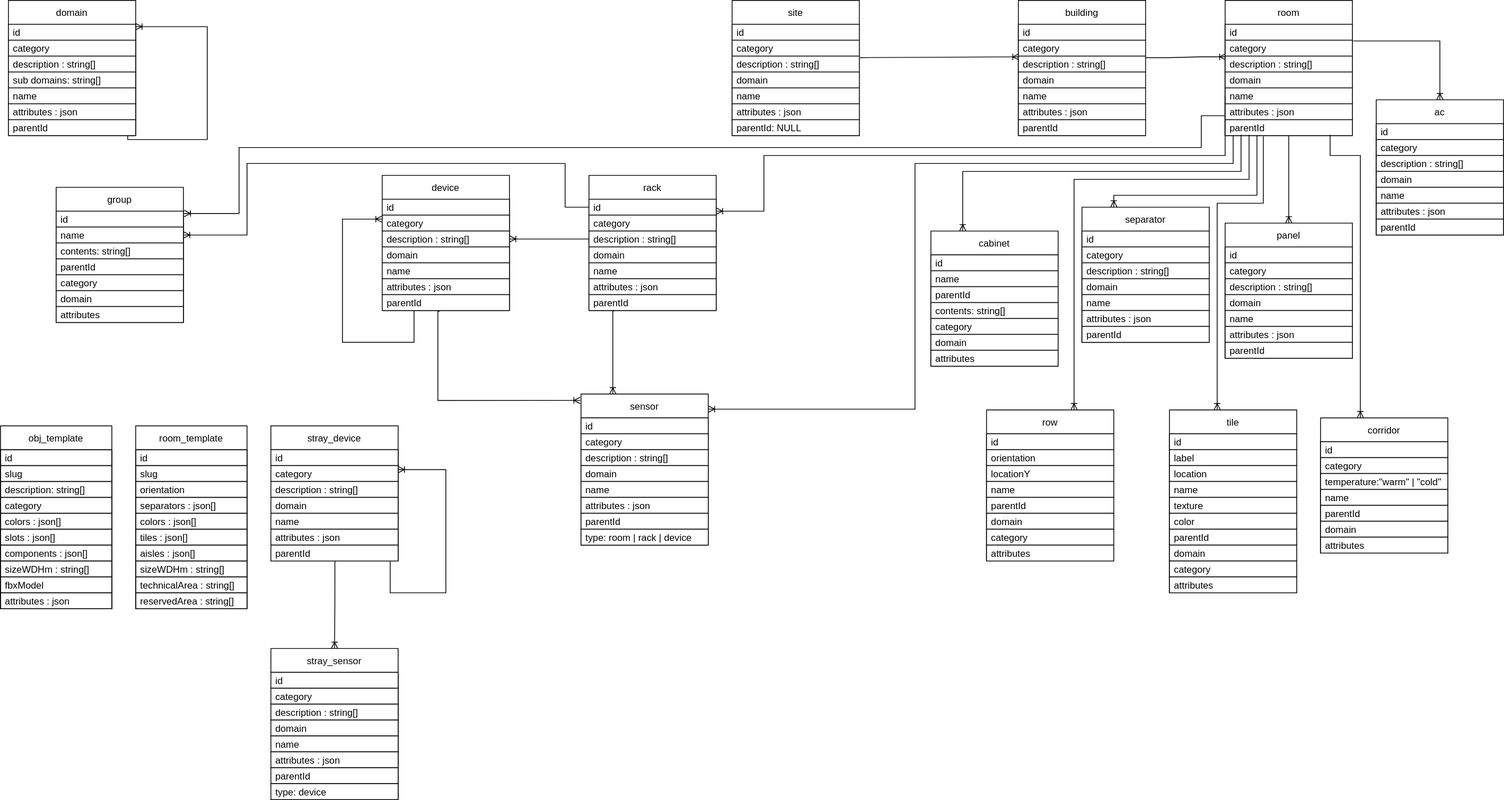
The draw.io diagram resources/diagrams/DB_Diagram.svg in ditrit/OGrEE-Core, before a commit. Source tidied: cells renumbered, new cells last; positions are measured from the earlier drawing's top-left corner, leaving out a move shared by most shapes.
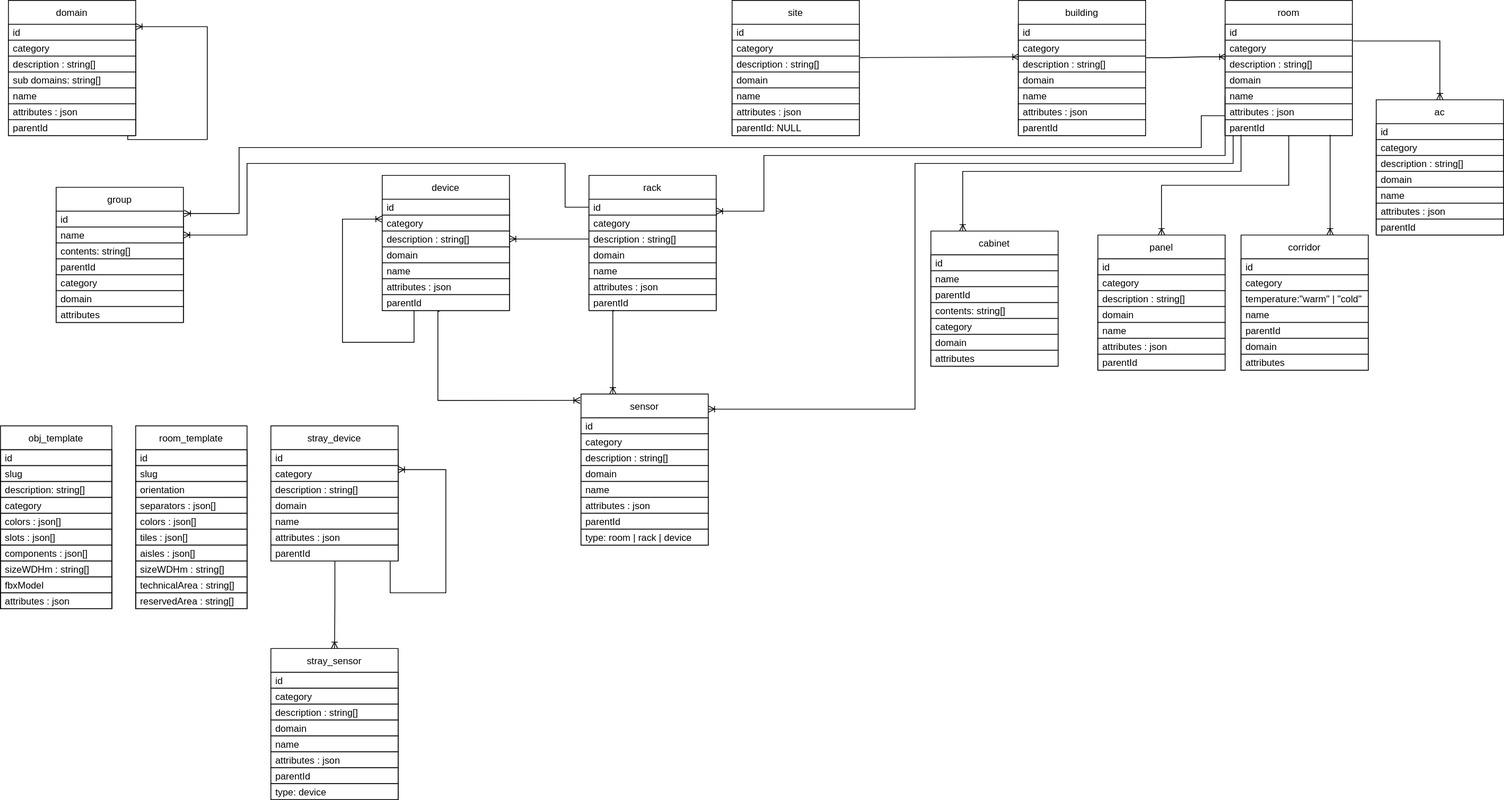
After the commit.

Commit message:
Removed Tiles,Rows, and Separators from Diagrams

Change to the diagram source:
```diff
@@ -335,35 +335,8 @@
     <mxCell id="100" value="parentId" style="text;strokeColor=default;fillColor=default;align=left;verticalAlign=middle;spacingLeft=4;spacingRight=4;overflow=hidden;fontColor=default;" parent="92" vertex="1">
       <mxGeometry y="150" width="160" height="20" as="geometry" />
     </mxCell>
-    <mxCell id="101" value="separator" style="swimlane;fontStyle=0;horizontal=1;startSize=30;fillColor=default;strokeColor=default;fontColor=default;" parent="1" vertex="1">
-      <mxGeometry x="1360" y="260" width="160" height="170" as="geometry" />
-    </mxCell>
-    <mxCell id="102" value="id" style="text;strokeColor=default;fillColor=default;align=left;verticalAlign=middle;spacingLeft=4;spacingRight=4;overflow=hidden;fontColor=default;" parent="101" vertex="1">
-      <mxGeometry y="30" width="160" height="20" as="geometry" />
-    </mxCell>
-    <mxCell id="103" value="category" style="text;strokeColor=default;fillColor=default;align=left;verticalAlign=middle;spacingLeft=4;spacingRight=4;overflow=hidden;fontColor=default;" parent="101" vertex="1">
-      <mxGeometry y="50" width="160" height="20" as="geometry" />
-    </mxCell>
-    <mxCell id="104" value="description : string[]" style="text;strokeColor=default;fillColor=default;align=left;verticalAlign=middle;spacingLeft=4;spacingRight=4;overflow=hidden;fontColor=default;" parent="101" vertex="1">
-      <mxGeometry y="70" width="160" height="20" as="geometry" />
-    </mxCell>
-    <mxCell id="105" value="domain" style="text;strokeColor=default;fillColor=default;align=left;verticalAlign=middle;spacingLeft=4;spacingRight=4;overflow=hidden;fontColor=default;" parent="101" vertex="1">
-      <mxGeometry y="90" width="160" height="20" as="geometry" />
-    </mxCell>
-    <mxCell id="106" value="name" style="text;strokeColor=default;fillColor=default;align=left;verticalAlign=middle;spacingLeft=4;spacingRight=4;overflow=hidden;fontColor=default;" parent="101" vertex="1">
-      <mxGeometry y="110" width="160" height="20" as="geometry" />
-    </mxCell>
-    <mxCell id="107" value="attributes : json" style="text;strokeColor=default;fillColor=default;align=left;verticalAlign=middle;spacingLeft=4;spacingRight=4;overflow=hidden;fontColor=default;" parent="101" vertex="1">
-      <mxGeometry y="130" width="160" height="20" as="geometry" />
-    </mxCell>
-    <mxCell id="108" style="text;strokeColor=default;fillColor=default;align=left;verticalAlign=middle;spacingLeft=4;spacingRight=4;overflow=hidden;fontColor=default;" parent="101" vertex="1">
-      <mxGeometry y="150" width="160" as="geometry" />
-    </mxCell>
-    <mxCell id="109" value="parentId" style="text;strokeColor=default;fillColor=default;align=left;verticalAlign=middle;spacingLeft=4;spacingRight=4;overflow=hidden;fontColor=default;" parent="101" vertex="1">
-      <mxGeometry y="150" width="160" height="20" as="geometry" />
-    </mxCell>
     <mxCell id="110" value="corridor" style="swimlane;fontStyle=0;horizontal=1;startSize=30;fillColor=default;strokeColor=default;fontColor=default;" parent="1" vertex="1">
-      <mxGeometry x="1660" y="525" width="160" height="170" as="geometry" />
+      <mxGeometry x="1560" y="295" width="160" height="170" as="geometry" />
     </mxCell>
     <mxCell id="111" value="id" style="text;strokeColor=default;fillColor=default;align=left;verticalAlign=middle;spacingLeft=4;spacingRight=4;overflow=hidden;fontColor=default;" parent="110" vertex="1">
       <mxGeometry y="30" width="160" height="20" as="geometry" />
@@ -422,39 +395,6 @@
     <mxCell id="129" value="attributes" style="text;strokeColor=default;fillColor=default;align=left;verticalAlign=middle;spacingLeft=4;spacingRight=4;overflow=hidden;fontColor=default;" parent="120" vertex="1">
       <mxGeometry y="150" width="160" height="20" as="geometry" />
     </mxCell>
-    <mxCell id="130" value="row" style="swimlane;fontStyle=0;horizontal=1;startSize=30;fillColor=default;strokeColor=default;fontColor=default;" parent="1" vertex="1">
-      <mxGeometry x="1240" y="515" width="160" height="190" as="geometry" />
-    </mxCell>
-    <mxCell id="131" value="id" style="text;strokeColor=default;fillColor=default;align=left;verticalAlign=middle;spacingLeft=4;spacingRight=4;overflow=hidden;fontColor=default;" parent="130" vertex="1">
-      <mxGeometry y="30" width="160" height="20" as="geometry" />
-    </mxCell>
-    <mxCell id="132" value="orientation" style="text;strokeColor=default;fillColor=default;align=left;verticalAlign=middle;spacingLeft=4;spacingRight=4;overflow=hidden;fontColor=default;" parent="130" vertex="1">
-      <mxGeometry y="50" width="160" height="20" as="geometry" />
-    </mxCell>
-    <mxCell id="133" value="locationY" style="text;strokeColor=default;fillColor=default;align=left;verticalAlign=middle;spacingLeft=4;spacingRight=4;overflow=hidden;fontColor=default;" parent="130" vertex="1">
-      <mxGeometry y="70" width="160" height="20" as="geometry" />
-    </mxCell>
-    <mxCell id="134" value="name" style="text;strokeColor=default;fillColor=default;align=left;verticalAlign=middle;spacingLeft=4;spacingRight=4;overflow=hidden;fontColor=default;" parent="130" vertex="1">
-      <mxGeometry y="90" width="160" height="20" as="geometry" />
-    </mxCell>
-    <mxCell id="135" value="parentId" style="text;strokeColor=default;fillColor=default;align=left;verticalAlign=middle;spacingLeft=4;spacingRight=4;overflow=hidden;fontColor=default;" parent="130" vertex="1">
-      <mxGeometry y="110" width="160" height="20" as="geometry" />
-    </mxCell>
-    <mxCell id="136" style="text;strokeColor=default;fillColor=default;align=left;verticalAlign=middle;spacingLeft=4;spacingRight=4;overflow=hidden;fontColor=default;" parent="130" vertex="1">
-      <mxGeometry y="130" width="160" as="geometry" />
-    </mxCell>
-    <mxCell id="137" style="text;strokeColor=default;fillColor=default;align=left;verticalAlign=middle;spacingLeft=4;spacingRight=4;overflow=hidden;fontColor=default;" parent="130" vertex="1">
-      <mxGeometry y="130" width="160" as="geometry" />
-    </mxCell>
-    <mxCell id="138" value="domain" style="text;strokeColor=default;fillColor=default;align=left;verticalAlign=middle;spacingLeft=4;spacingRight=4;overflow=hidden;fontColor=default;" parent="130" vertex="1">
-      <mxGeometry y="130" width="160" height="20" as="geometry" />
-    </mxCell>
-    <mxCell id="139" value="category" style="text;strokeColor=default;fillColor=default;align=left;verticalAlign=middle;spacingLeft=4;spacingRight=4;overflow=hidden;fontColor=default;" parent="130" vertex="1">
-      <mxGeometry y="150" width="160" height="20" as="geometry" />
-    </mxCell>
-    <mxCell id="140" value="attributes" style="text;strokeColor=default;fillColor=default;align=left;verticalAlign=middle;spacingLeft=4;spacingRight=4;overflow=hidden;fontColor=default;" parent="130" vertex="1">
-      <mxGeometry y="170" width="160" height="20" as="geometry" />
-    </mxCell>
     <mxCell id="141" value="cabinet" style="swimlane;fontStyle=0;horizontal=1;startSize=30;fillColor=default;strokeColor=default;fontColor=default;" parent="1" vertex="1">
       <mxGeometry x="1170" y="290" width="160" height="170" as="geometry" />
     </mxCell>
@@ -485,47 +425,8 @@
     <mxCell id="150" value="attributes" style="text;strokeColor=default;fillColor=default;align=left;verticalAlign=middle;spacingLeft=4;spacingRight=4;overflow=hidden;fontColor=default;" parent="141" vertex="1">
       <mxGeometry y="150" width="160" height="20" as="geometry" />
     </mxCell>
-    <mxCell id="151" value="tile" style="swimlane;fontStyle=0;horizontal=1;startSize=30;fillColor=default;strokeColor=default;fontColor=default;" parent="1" vertex="1">
-      <mxGeometry x="1470" y="515" width="160" height="230" as="geometry" />
-    </mxCell>
-    <mxCell id="152" value="id" style="text;strokeColor=default;fillColor=default;align=left;verticalAlign=middle;spacingLeft=4;spacingRight=4;overflow=hidden;fontColor=default;" parent="151" vertex="1">
-      <mxGeometry y="30" width="160" height="20" as="geometry" />
-    </mxCell>
-    <mxCell id="153" value="label" style="text;strokeColor=default;fillColor=default;align=left;verticalAlign=middle;spacingLeft=4;spacingRight=4;overflow=hidden;fontColor=default;" parent="151" vertex="1">
-      <mxGeometry y="50" width="160" height="20" as="geometry" />
-    </mxCell>
-    <mxCell id="154" value="location" style="text;strokeColor=default;fillColor=default;align=left;verticalAlign=middle;spacingLeft=4;spacingRight=4;overflow=hidden;fontColor=default;" parent="151" vertex="1">
-      <mxGeometry y="70" width="160" height="20" as="geometry" />
-    </mxCell>
-    <mxCell id="155" value="name" style="text;strokeColor=default;fillColor=default;align=left;verticalAlign=middle;spacingLeft=4;spacingRight=4;overflow=hidden;fontColor=default;" parent="151" vertex="1">
-      <mxGeometry y="90" width="160" height="20" as="geometry" />
-    </mxCell>
-    <mxCell id="156" style="text;strokeColor=default;fillColor=default;align=left;verticalAlign=middle;spacingLeft=4;spacingRight=4;overflow=hidden;fontColor=default;" parent="151" vertex="1">
-      <mxGeometry y="110" width="160" as="geometry" />
-    </mxCell>
-    <mxCell id="157" style="text;strokeColor=default;fillColor=default;align=left;verticalAlign=middle;spacingLeft=4;spacingRight=4;overflow=hidden;fontColor=default;" parent="151" vertex="1">
-      <mxGeometry y="110" width="160" as="geometry" />
-    </mxCell>
-    <mxCell id="158" value="texture" style="text;strokeColor=default;fillColor=default;align=left;verticalAlign=middle;spacingLeft=4;spacingRight=4;overflow=hidden;fontColor=default;" parent="151" vertex="1">
-      <mxGeometry y="110" width="160" height="20" as="geometry" />
-    </mxCell>
-    <mxCell id="159" value="color" style="text;strokeColor=default;fillColor=default;align=left;verticalAlign=middle;spacingLeft=4;spacingRight=4;overflow=hidden;fontColor=default;" parent="151" vertex="1">
-      <mxGeometry y="130" width="160" height="20" as="geometry" />
-    </mxCell>
-    <mxCell id="160" value="parentId" style="text;strokeColor=default;fillColor=default;align=left;verticalAlign=middle;spacingLeft=4;spacingRight=4;overflow=hidden;fontColor=default;" parent="151" vertex="1">
-      <mxGeometry y="150" width="160" height="20" as="geometry" />
-    </mxCell>
-    <mxCell id="161" value="domain" style="text;strokeColor=default;fillColor=default;align=left;verticalAlign=middle;spacingLeft=4;spacingRight=4;overflow=hidden;fontColor=default;" parent="151" vertex="1">
-      <mxGeometry y="170" width="160" height="20" as="geometry" />
-    </mxCell>
-    <mxCell id="162" value="category" style="text;strokeColor=default;fillColor=default;align=left;verticalAlign=middle;spacingLeft=4;spacingRight=4;overflow=hidden;fontColor=default;" parent="151" vertex="1">
-      <mxGeometry y="190" width="160" height="20" as="geometry" />
-    </mxCell>
-    <mxCell id="163" value="attributes" style="text;strokeColor=default;fillColor=default;align=left;verticalAlign=middle;spacingLeft=4;spacingRight=4;overflow=hidden;fontColor=default;" parent="151" vertex="1">
-      <mxGeometry y="210" width="160" height="20" as="geometry" />
-    </mxCell>
     <mxCell id="164" value="panel" style="swimlane;fontStyle=0;horizontal=1;startSize=30;fillColor=default;strokeColor=default;fontColor=default;" parent="1" vertex="1">
-      <mxGeometry x="1540" y="280" width="160" height="170" as="geometry" />
+      <mxGeometry x="1380" y="295" width="160" height="170" as="geometry" />
     </mxCell>
     <mxCell id="165" value="id" style="text;strokeColor=default;fillColor=default;align=left;verticalAlign=middle;spacingLeft=4;spacingRight=4;overflow=hidden;fontColor=default;" parent="164" vertex="1">
       <mxGeometry y="30" width="160" height="20" as="geometry" />
@@ -556,15 +457,6 @@
         </Array>
       </mxGeometry>
     </mxCell>
-    <mxCell id="173" style="endArrow=ERoneToMany;html=1;rounded=0;labelBackgroundColor=default;fontColor=default;strokeColor=default;edgeStyle=orthogonalEdgeStyle;endFill=0;exitX=0.188;exitY=0.95;exitDx=0;exitDy=0;exitPerimeter=0;" parent="1" edge="1" source="50">
-      <mxGeometry relative="1" as="geometry">
-        <mxPoint x="1350" y="515" as="targetPoint" />
-        <Array as="points">
-          <mxPoint x="1570" y="225" />
-          <mxPoint x="1350" y="225" />
-        </Array>
-      </mxGeometry>
-    </mxCell>
     <mxCell id="174" style="endArrow=ERoneToMany;html=1;rounded=0;labelBackgroundColor=default;fontColor=default;strokeColor=default;edgeStyle=orthogonalEdgeStyle;endFill=0;exitX=1.006;exitY=0.05;exitDx=0;exitDy=0;exitPerimeter=0;entryX=0.5;entryY=0;entryDx=0;entryDy=0;" parent="1" edge="1" source="42" target="92">
       <mxGeometry relative="1" as="geometry">
         <Array as="points">
@@ -575,29 +467,11 @@
     <mxCell id="175" style="endArrow=ERoneToMany;html=1;rounded=0;labelBackgroundColor=default;fontColor=default;strokeColor=default;edgeStyle=orthogonalEdgeStyle;endFill=0;entryX=0.5;entryY=0;entryDx=0;entryDy=0;exitX=0.5;exitY=1;exitDx=0;exitDy=0;" parent="1" edge="1" source="40" target="164">
       <mxGeometry relative="1" as="geometry" />
     </mxCell>
-    <mxCell id="176" style="endArrow=ERoneToMany;html=1;rounded=0;labelBackgroundColor=default;fontColor=default;strokeColor=default;edgeStyle=orthogonalEdgeStyle;endFill=0;exitX=0.25;exitY=1;exitDx=0;exitDy=0;entryX=0.25;entryY=0;entryDx=0;entryDy=0;" parent="1" edge="1" source="40" target="101">
-      <mxGeometry relative="1" as="geometry">
-        <Array as="points">
-          <mxPoint x="1580" y="245" />
-          <mxPoint x="1400" y="245" />
-        </Array>
-      </mxGeometry>
-    </mxCell>
-    <mxCell id="177" style="endArrow=ERoneToMany;html=1;rounded=0;labelBackgroundColor=default;fontColor=default;strokeColor=default;edgeStyle=orthogonalEdgeStyle;endFill=0;exitX=0.3;exitY=1.05;exitDx=0;exitDy=0;exitPerimeter=0;" parent="1" edge="1" source="50">
-      <mxGeometry relative="1" as="geometry">
-        <mxPoint x="1530" y="515" as="targetPoint" />
-        <Array as="points">
-          <mxPoint x="1588" y="255" />
-          <mxPoint x="1530" y="255" />
-        </Array>
-      </mxGeometry>
-    </mxCell>
     <mxCell id="178" style="endArrow=ERoneToMany;html=1;rounded=0;labelBackgroundColor=default;fontColor=default;strokeColor=default;edgeStyle=orthogonalEdgeStyle;endFill=0;exitX=0.825;exitY=0.95;exitDx=0;exitDy=0;exitPerimeter=0;" parent="1" edge="1" source="50">
       <mxGeometry relative="1" as="geometry">
-        <mxPoint x="1710" y="525" as="targetPoint" />
+        <mxPoint x="1672" y="295" as="targetPoint" />
         <Array as="points">
-          <mxPoint x="1672" y="195" />
-          <mxPoint x="1710" y="195" />
+          <mxPoint x="1672" y="295" />
         </Array>
       </mxGeometry>
     </mxCell>
```
